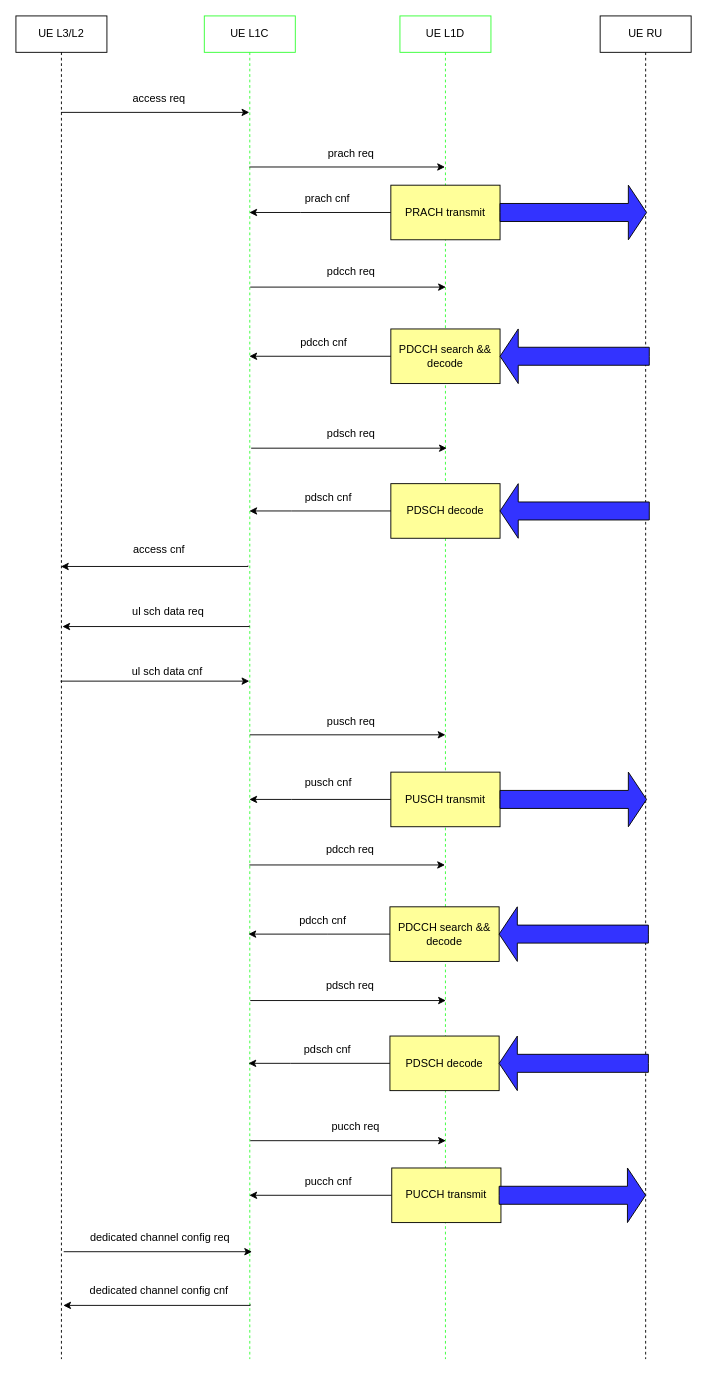
wubobupt/drawio keeps this draw.io diagram as page "random access procedure" (13 of 15) of 1.drawio. Above is the earlier version. Source tidied: cells renumbered, new cells numbered last; positions are measured from the earlier drawing's top-left corner, leaving out a move shared by most shapes. Both pictures are drawn from the tidied source at 91%, with x=0, y=0 at pixel (15, 15).
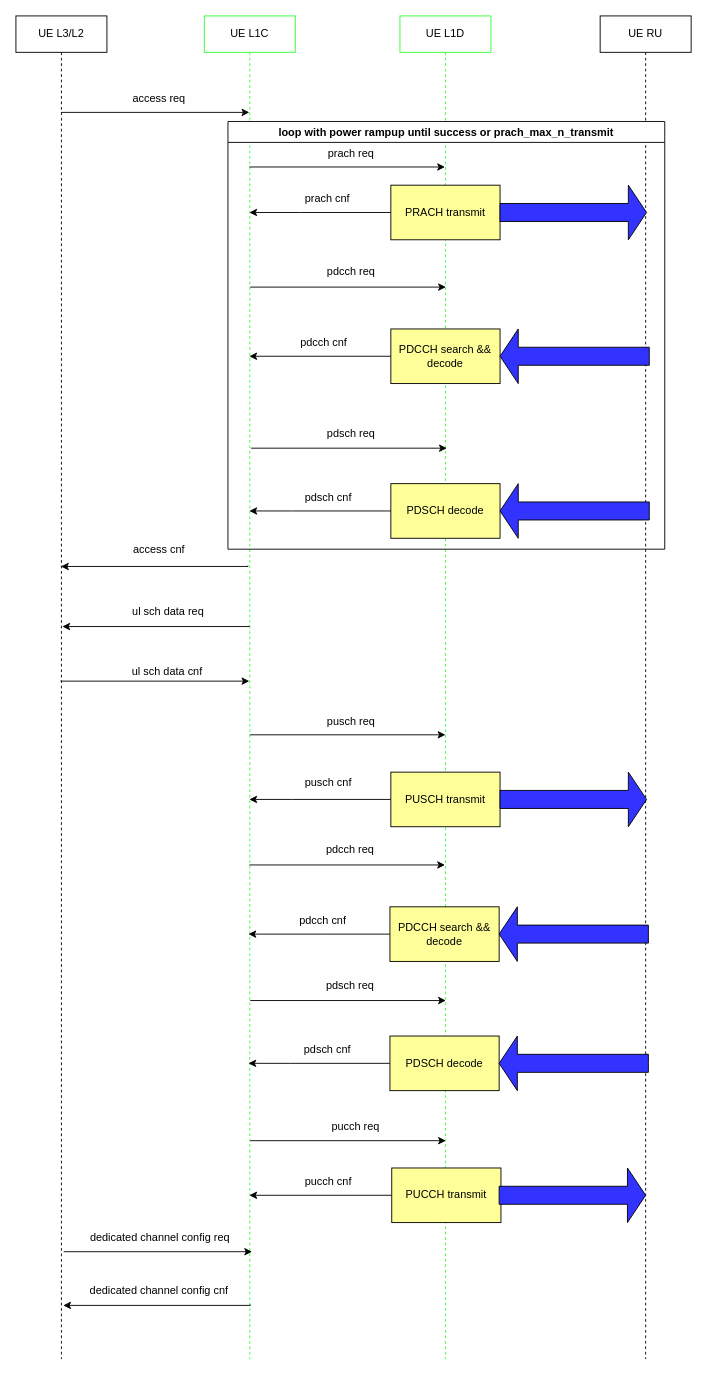
The same diagram, later.

Change to the diagram source:
```diff
@@
+    <mxCell id="60" value="loop with power rampup until success or prach_max_n_transmit" style="swimlane;whiteSpace=wrap;html=1;" parent="1" vertex="1">
+      <mxGeometry x="233" y="116" width="480" height="470" as="geometry" />
+    </mxCell>
```
